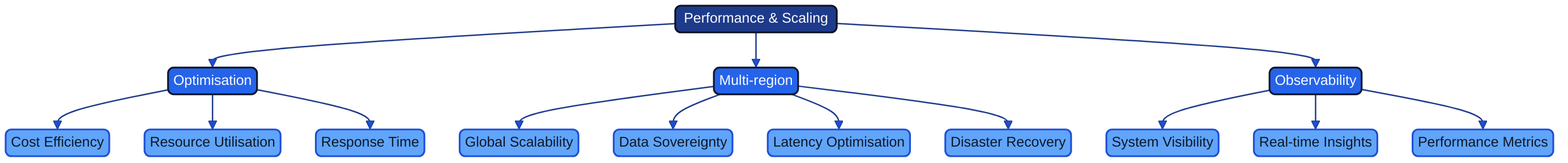
The Mermaid diagram docs/images/mindmap_22c_performance.png in Geonitab/architecture_as_code, before a commit. Its source is kept beside it as docs/images/mindmap_22c_performance.mmd. Its diagram source:
```mermaid
graph TD
    ROOT(["Performance & Scaling"]):::geon-primary
    ROOT --> OPT["Optimisation"]:::geon-accent
    ROOT --> MR["Multi-region"]:::geon-accent
    ROOT --> OBS["Observability"]:::geon-accent
    OPT --> OPT1["Cost Efficiency"]:::geon-highlight
    OPT --> OPT2["Resource Utilisation"]:::geon-highlight
    OPT --> OPT3["Response Time"]:::geon-highlight
    MR --> MR1["Global Scalability"]:::geon-highlight
    MR --> MR2["Data Sovereignty"]:::geon-highlight
    MR --> MR3["Latency Optimisation"]:::geon-highlight
    MR --> MR4["Disaster Recovery"]:::geon-highlight
    OBS --> OBS1["System Visibility"]:::geon-highlight
    OBS --> OBS2["Real-time Insights"]:::geon-highlight
    OBS --> OBS3["Performance Metrics"]:::geon-highlight
```
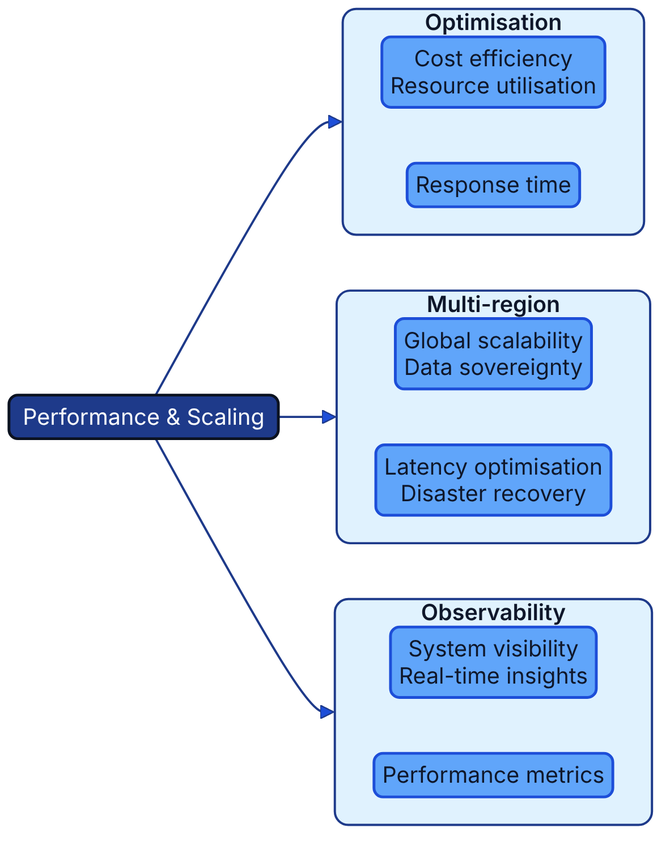
The same file after the commit.

The edit, as a diff of the source:
```diff
@@ -1,15 +1,23 @@
-graph TD
+flowchart LR
     ROOT(["Performance & Scaling"]):::geon-primary
-    ROOT --> OPT["Optimisation"]:::geon-accent
-    ROOT --> MR["Multi-region"]:::geon-accent
-    ROOT --> OBS["Observability"]:::geon-accent
-    OPT --> OPT1["Cost Efficiency"]:::geon-highlight
-    OPT --> OPT2["Resource Utilisation"]:::geon-highlight
-    OPT --> OPT3["Response Time"]:::geon-highlight
-    MR --> MR1["Global Scalability"]:::geon-highlight
-    MR --> MR2["Data Sovereignty"]:::geon-highlight
-    MR --> MR3["Latency Optimisation"]:::geon-highlight
-    MR --> MR4["Disaster Recovery"]:::geon-highlight
-    OBS --> OBS1["System Visibility"]:::geon-highlight
-    OBS --> OBS2["Real-time Insights"]:::geon-highlight
-    OBS --> OBS3["Performance Metrics"]:::geon-highlight
+    subgraph OPT["Optimisation"]
+        direction TB
+        OPT1["Cost efficiency<br/>Resource utilisation"]:::geon-highlight
+        OPT2["Response time"]:::geon-highlight
+        OPT1 ~~~ OPT2
+    end
+    subgraph MR["Multi-region"]
+        direction TB
+        MR1["Global scalability<br/>Data sovereignty"]:::geon-highlight
+        MR2["Latency optimisation<br/>Disaster recovery"]:::geon-highlight
+        MR1 ~~~ MR2
+    end
+    subgraph OBS["Observability"]
+        direction TB
+        OBS1["System visibility<br/>Real-time insights"]:::geon-highlight
+        OBS2["Performance metrics"]:::geon-highlight
+        OBS1 ~~~ OBS2
+    end
+    ROOT --> OPT
+    ROOT --> MR
+    ROOT --> OBS
```
